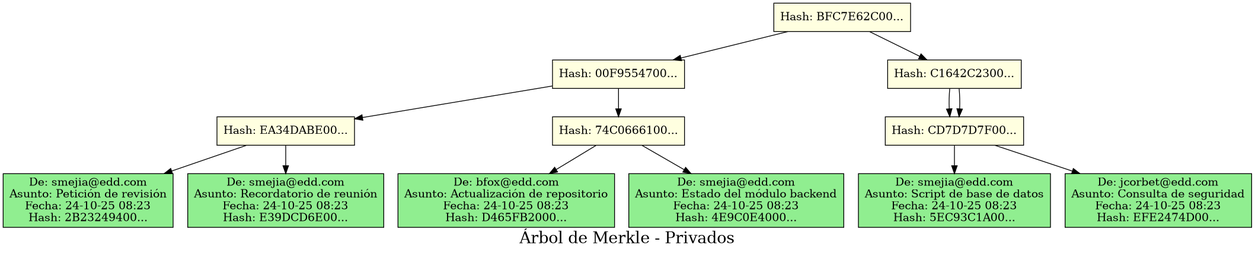
Earlier version of the Graphviz export Fase1/src/lgarcia-Reportes/merkle_tree.png (JoseArt777/-EDD-1S2025_202100305). Its source is kept beside it as Fase1/src/lgarcia-Reportes/merkle_tree.dot.
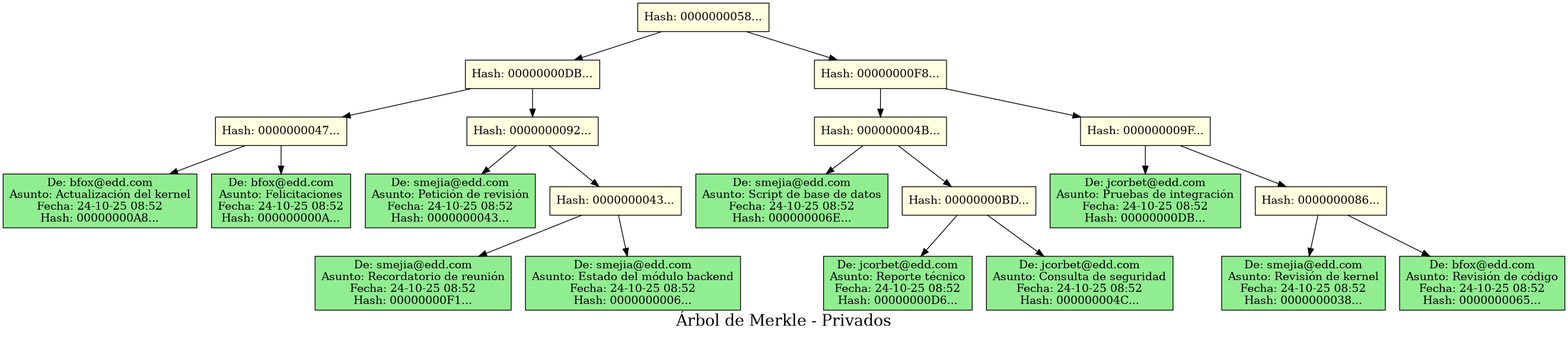
The same file after the commit.

What changed in the source:
```diff
@@ -4,28 +4,45 @@
     node [shape=box, style=filled];
     rankdir=TB;
 
-    node0 [label="Hash: BFC7E62C00...", fillcolor=lightyellow];
-    node1 [label="Hash: 00F9554700...", fillcolor=lightyellow];
-    node2 [label="Hash: EA34DABE00...", fillcolor=lightyellow];
-    node3 [label="De: smejia@edd.com\nAsunto: Petición de revisión\nFecha: 24-10-25 08:23\nHash: 2B23249400...", fillcolor=lightgreen];
+    node0 [label="Hash: 0000000058...", fillcolor=lightyellow];
+    node1 [label="Hash: 00000000DB...", fillcolor=lightyellow];
+    node2 [label="Hash: 0000000047...", fillcolor=lightyellow];
+    node3 [label="De: bfox@edd.com\nAsunto: Actualización del kernel\nFecha: 24-10-25 08:52\nHash: 00000000A8...", fillcolor=lightgreen];
     node2 -> node3;
-    node4 [label="De: smejia@edd.com\nAsunto: Recordatorio de reunión\nFecha: 24-10-25 08:23\nHash: E39DCD6E00...", fillcolor=lightgreen];
+    node4 [label="De: bfox@edd.com\nAsunto: Felicitaciones\nFecha: 24-10-25 08:52\nHash: 000000000A...", fillcolor=lightgreen];
     node2 -> node4;
     node1 -> node2;
-    node5 [label="Hash: 74C0666100...", fillcolor=lightyellow];
-    node6 [label="De: bfox@edd.com\nAsunto: Actualización de repositorio\nFecha: 24-10-25 08:23\nHash: D465FB2000...", fillcolor=lightgreen];
+    node5 [label="Hash: 0000000092...", fillcolor=lightyellow];
+    node6 [label="De: smejia@edd.com\nAsunto: Petición de revisión\nFecha: 24-10-25 08:52\nHash: 0000000043...", fillcolor=lightgreen];
     node5 -> node6;
-    node7 [label="De: smejia@edd.com\nAsunto: Estado del módulo backend\nFecha: 24-10-25 08:23\nHash: 4E9C0E4000...", fillcolor=lightgreen];
+    node7 [label="Hash: 0000000043...", fillcolor=lightyellow];
+    node8 [label="De: smejia@edd.com\nAsunto: Recordatorio de reunión\nFecha: 24-10-25 08:52\nHash: 00000000F1...", fillcolor=lightgreen];
+    node7 -> node8;
+    node9 [label="De: smejia@edd.com\nAsunto: Estado del módulo backend\nFecha: 24-10-25 08:52\nHash: 0000000006...", fillcolor=lightgreen];
+    node7 -> node9;
     node5 -> node7;
     node1 -> node5;
     node0 -> node1;
-    node8 [label="Hash: C1642C2300...", fillcolor=lightyellow];
-    node9 [label="Hash: CD7D7D7F00...", fillcolor=lightyellow];
-    node10 [label="De: smejia@edd.com\nAsunto: Script de base de datos\nFecha: 24-10-25 08:23\nHash: 5EC93C1A00...", fillcolor=lightgreen];
-    node9 -> node10;
-    node11 [label="De: jcorbet@edd.com\nAsunto: Consulta de seguridad\nFecha: 24-10-25 08:23\nHash: EFE2474D00...", fillcolor=lightgreen];
-    node9 -> node11;
-    node8 -> node9;
-    node8 -> node9;
-    node0 -> node8;
+    node10 [label="Hash: 00000000F8...", fillcolor=lightyellow];
+    node11 [label="Hash: 000000004B...", fillcolor=lightyellow];
+    node12 [label="De: smejia@edd.com\nAsunto: Script de base de datos\nFecha: 24-10-25 08:52\nHash: 000000006E...", fillcolor=lightgreen];
+    node11 -> node12;
+    node13 [label="Hash: 00000000BD...", fillcolor=lightyellow];
+    node14 [label="De: jcorbet@edd.com\nAsunto: Reporte técnico\nFecha: 24-10-25 08:52\nHash: 00000000D6...", fillcolor=lightgreen];
+    node13 -> node14;
+    node15 [label="De: jcorbet@edd.com\nAsunto: Consulta de seguridad\nFecha: 24-10-25 08:52\nHash: 000000004C...", fillcolor=lightgreen];
+    node13 -> node15;
+    node11 -> node13;
+    node10 -> node11;
+    node16 [label="Hash: 000000009F...", fillcolor=lightyellow];
+    node17 [label="De: jcorbet@edd.com\nAsunto: Pruebas de integración\nFecha: 24-10-25 08:52\nHash: 00000000DB...", fillcolor=lightgreen];
+    node16 -> node17;
+    node18 [label="Hash: 0000000086...", fillcolor=lightyellow];
+    node19 [label="De: smejia@edd.com\nAsunto: Revisión de kernel\nFecha: 24-10-25 08:52\nHash: 0000000038...", fillcolor=lightgreen];
+    node18 -> node19;
+    node20 [label="De: bfox@edd.com\nAsunto: Revisión de código\nFecha: 24-10-25 08:52\nHash: 0000000065...", fillcolor=lightgreen];
+    node18 -> node20;
+    node16 -> node18;
+    node10 -> node16;
+    node0 -> node10;
 }
```
